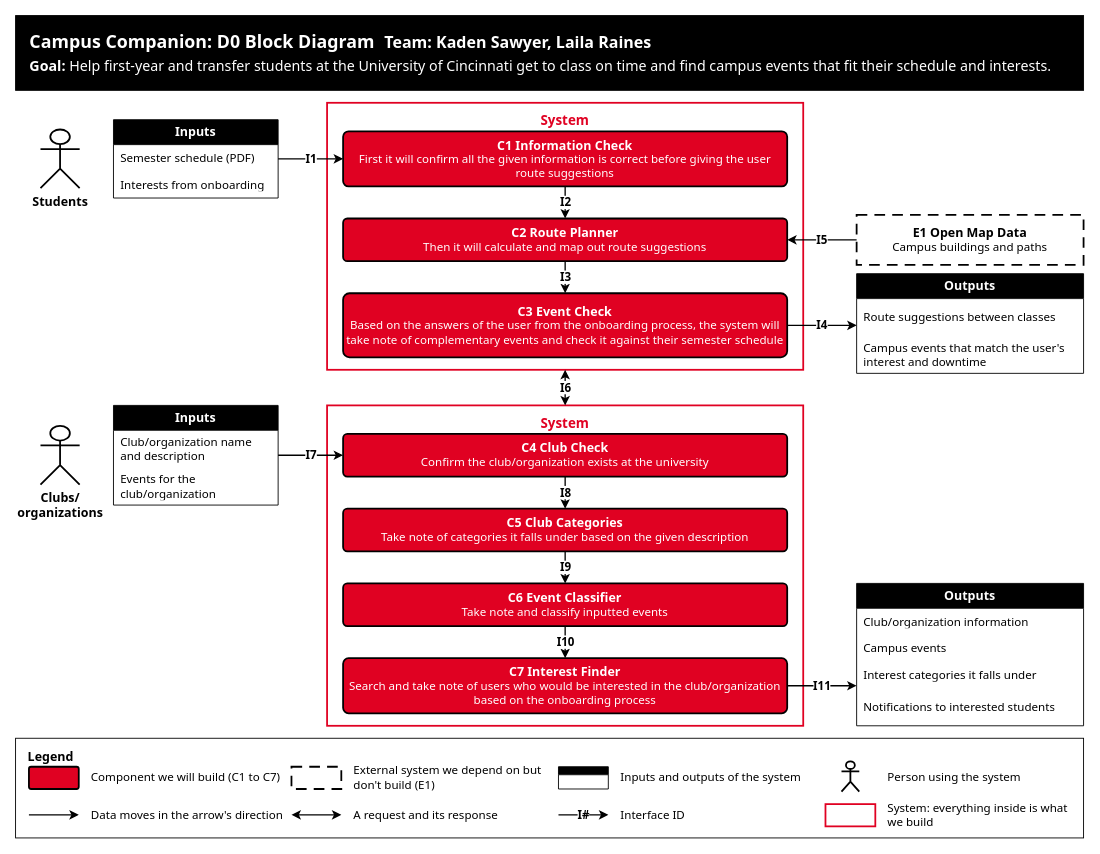
This is page "D0 Block Diagram" (1 of 2) of docs/Design_Diagrams/D0_High_Level_Design.drawio from kadeisnextUp/Capstone, a draw.io file, before an edit. Source tidied: cells renumbered, new cells numbered last; positions are measured from the earlier drawing's top-left corner, leaving out a move shared by most shapes. Both pictures are drawn from the tidied source at 89%, with x=0, y=0 at pixel (15, 15).
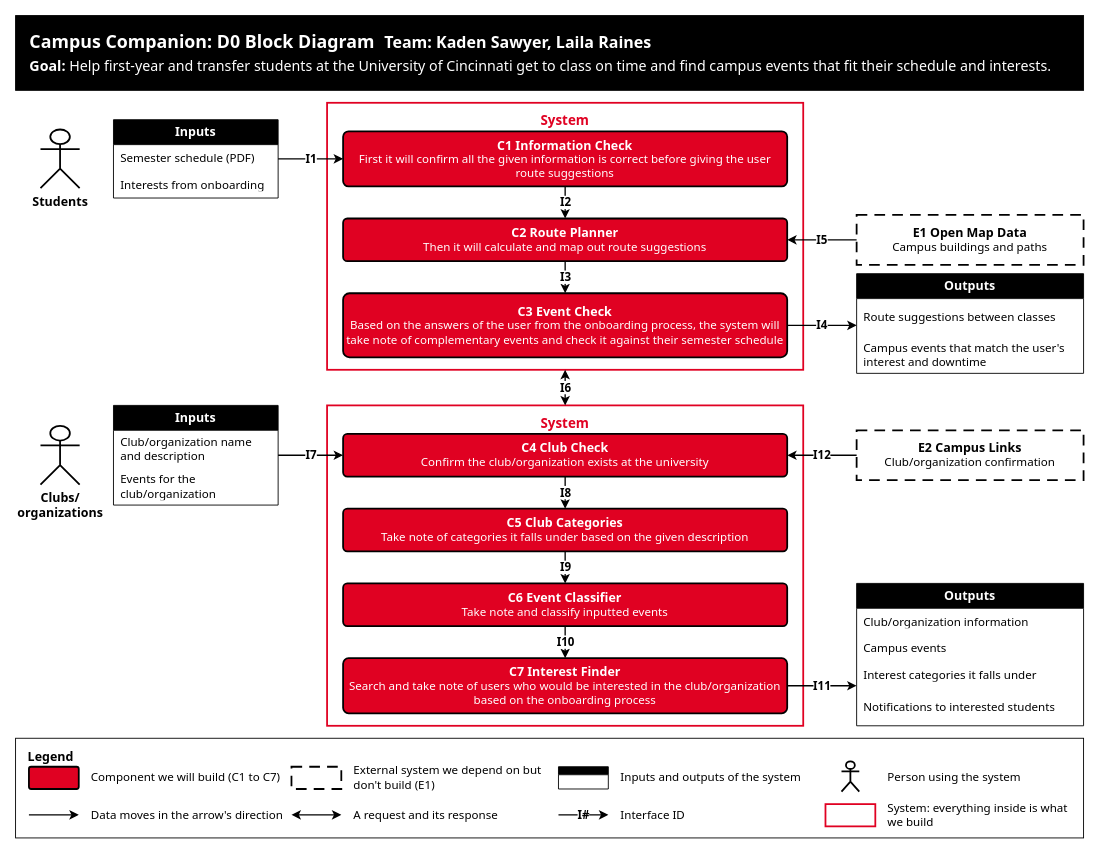
After the change.

Commit message (it also covers changes not shown here):
Add E2 Campus Links and I12 to D0 drawio source and write-up

Unchanged cells that the change refers to:
```xml
<mxCell id="20" value="&lt;b style=&quot;font-size:14px&quot;&gt;C4 Club Check&lt;/b&gt;&lt;br&gt;Confirm the club/organization exists at the university" style="rounded=1;arcSize=10;whiteSpace=wrap;html=1;fillColor=#E00122;strokeColor=#000000;strokeWidth=2;fontColor=#FFFFFF;fontSize=13;spacing=4;fontFamily=Tahoma;" parent="1" vertex="1">
  <mxGeometry x="368" y="470" width="499" height="48" as="geometry" />
</mxCell>
```

What changed in the source:
```diff
@@
+    <mxCell id="57" value="&lt;b style=&quot;font-size:14px&quot;&gt;E2 Campus Links&lt;/b&gt;&lt;br&gt;Club/organization confirmation" style="rounded=0;whiteSpace=wrap;html=1;dashed=1;dashPattern=6 4;fillColor=#FFFFFF;strokeColor=#000000;strokeWidth=2;fontColor=#000000;fontSize=13;spacing=4;fontFamily=Tahoma;" parent="1" vertex="1">
+      <mxGeometry x="945" y="466" width="255" height="56" as="geometry" />
+    </mxCell>
@@
+    <mxCell id="58" value="I12" style="edgeStyle=orthogonalEdgeStyle;rounded=0;jettySize=auto;html=1;strokeColor=#000000;strokeWidth=1.5;endArrow=classic;endFill=1;fontColor=#000000;fontFamily=Tahoma;fontSize=13;fontStyle=1;labelBackgroundColor=#FFFFFF;exitX=0;exitY=0.5;exitDx=0;exitDy=0;exitPerimeter=0;entryX=1;entryY=0.5;entryDx=0;entryDy=0;entryPerimeter=0;" parent="1" edge="1" source="57" target="20">
+      <mxGeometry relative="1" as="geometry" />
+    </mxCell>
```
